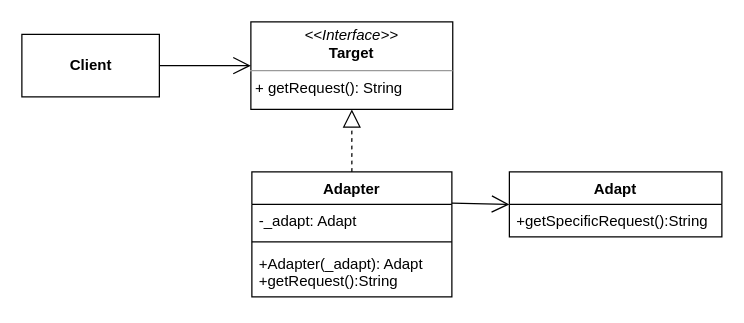
Earlier version of the draw.io diagram UML/Adapter.drawio (Dusskyman/Structure_patterns). Source tidied: cells renumbered, new cells numbered last; positions are measured from the earlier drawing's top-left corner, leaving out a move shared by most shapes. Both pictures are drawn from the tidied source at 125%, with x=0, y=0 at pixel (21, 21).
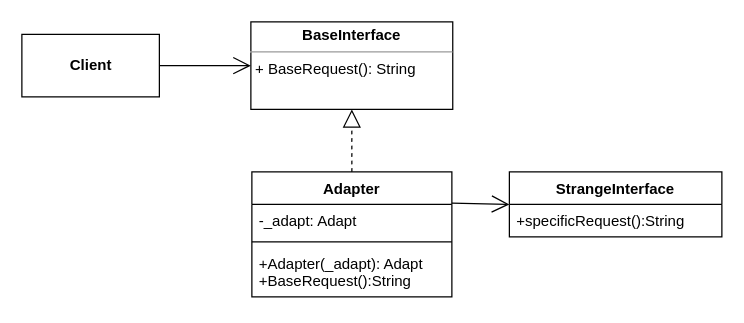
Above is the later version.

Commit message (it also covers changes not shown here):
Refactored flyweight, modified adapter uml, created flyweight uml

Change to the diagram source:
```diff
@@
 <mxGraphModel>
   <root>
     <mxCell id="0" />
     <mxCell id="1" parent="0" />
-    <mxCell id="2" value="&lt;p style=&quot;margin: 0px ; margin-top: 4px ; text-align: center&quot;&gt;&lt;i&gt;&amp;lt;&amp;lt;Interface&amp;gt;&amp;gt;&lt;/i&gt;&lt;br&gt;&lt;b&gt;Target&lt;/b&gt;&lt;/p&gt;&lt;hr size=&quot;1&quot;&gt;&lt;p style=&quot;margin: 0px ; margin-left: 4px&quot;&gt;+ getRequest(): String&lt;br&gt;&lt;/p&gt;" style="verticalAlign=top;align=left;overflow=fill;fontSize=12;fontFamily=Helvetica;html=1;" parent="1" vertex="1">
+    <mxCell id="2" value="&lt;p style=&quot;margin: 0px ; margin-top: 4px ; text-align: center&quot;&gt;&lt;b&gt;BaseInterface&lt;/b&gt;&lt;/p&gt;&lt;hr size=&quot;1&quot;&gt;&lt;p style=&quot;margin: 0px ; margin-left: 4px&quot;&gt;+ BaseRequest(): String&lt;br&gt;&lt;/p&gt;" style="verticalAlign=top;align=left;overflow=fill;fontSize=12;fontFamily=Helvetica;html=1;" parent="1" vertex="1">
       <mxGeometry x="183.2" width="161.5" height="70" as="geometry" />
     </mxCell>
     <mxCell id="3" value="Adapter" style="swimlane;fontStyle=1;align=center;verticalAlign=top;horizontal=1;startSize=26;" parent="1" vertex="1">
       <mxGeometry x="184" y="120" width="160" height="100" as="geometry" />
     </mxCell>
     <mxCell id="4" value="-_adapt: Adapt" style="text;strokeColor=none;fillColor=none;align=left;verticalAlign=top;spacingLeft=4;spacingRight=4;overflow=hidden;" parent="3" vertex="1">
       <mxGeometry y="26" width="160" height="26" as="geometry" />
     </mxCell>
     <mxCell id="5" style="line;strokeWidth=1;fillColor=none;align=left;verticalAlign=middle;spacingTop=-1;spacingLeft=3;spacingRight=3;labelPosition=right;" parent="3" vertex="1">
       <mxGeometry y="52" width="160" height="8" as="geometry" />
     </mxCell>
-    <mxCell id="6" value="+Adapter(_adapt): Adapt&#10;+getRequest():String" style="text;strokeColor=none;fillColor=none;align=left;verticalAlign=top;spacingLeft=4;spacingRight=4;overflow=hidden;" parent="3" vertex="1">
+    <mxCell id="6" value="+Adapter(_adapt): Adapt&#10;+BaseRequest():String" style="text;strokeColor=none;fillColor=none;align=left;verticalAlign=top;spacingLeft=4;spacingRight=4;overflow=hidden;" parent="3" vertex="1">
       <mxGeometry y="60" width="160" height="40" as="geometry" />
     </mxCell>
-    <mxCell id="7" value="Adapt" style="swimlane;fontStyle=1;align=center;verticalAlign=top;horizontal=1;startSize=26;" parent="1" vertex="1">
+    <mxCell id="7" value="StrangeInterface" style="swimlane;fontStyle=1;align=center;verticalAlign=top;horizontal=1;startSize=26;" parent="1" vertex="1">
       <mxGeometry x="390" y="120" width="170" height="52" as="geometry" />
     </mxCell>
-    <mxCell id="8" value="+getSpecificRequest():String" style="text;strokeColor=none;fillColor=none;align=left;verticalAlign=top;spacingLeft=4;spacingRight=4;overflow=hidden;" parent="7" vertex="1">
+    <mxCell id="8" value="+specificRequest():String" style="text;strokeColor=none;fillColor=none;align=left;verticalAlign=top;spacingLeft=4;spacingRight=4;overflow=hidden;" parent="7" vertex="1">
       <mxGeometry y="26" width="170" height="26" as="geometry" />
     </mxCell>
     <mxCell id="9" value="&lt;b&gt;Client&lt;/b&gt;" style="html=1;" parent="1" vertex="1">
       <mxGeometry y="10" width="110" height="50" as="geometry" />
     </mxCell>
     <mxCell id="10" style="endArrow=block;dashed=1;endFill=0;endSize=12;html=1;exitX=0.5;exitY=0;exitDx=0;exitDy=0;entryX=0.5;entryY=1;entryDx=0;entryDy=0;" parent="1" edge="1" source="3" target="2">
       <mxGeometry relative="1" as="geometry" />
     </mxCell>
     <mxCell id="11" style="endArrow=open;endFill=1;endSize=12;html=1;entryX=0;entryY=0.5;entryDx=0;entryDy=0;exitX=1;exitY=0.25;exitDx=0;exitDy=0;" parent="1" edge="1" source="3" target="7">
       <mxGeometry relative="1" as="geometry" />
     </mxCell>
     <mxCell id="12" style="endArrow=open;endFill=1;endSize=12;html=1;exitX=1;exitY=0.5;exitDx=0;exitDy=0;entryX=0;entryY=0.5;entryDx=0;entryDy=0;" parent="1" edge="1" source="9" target="2">
       <mxGeometry relative="1" as="geometry" />
     </mxCell>
   </root>
 </mxGraphModel>
```
